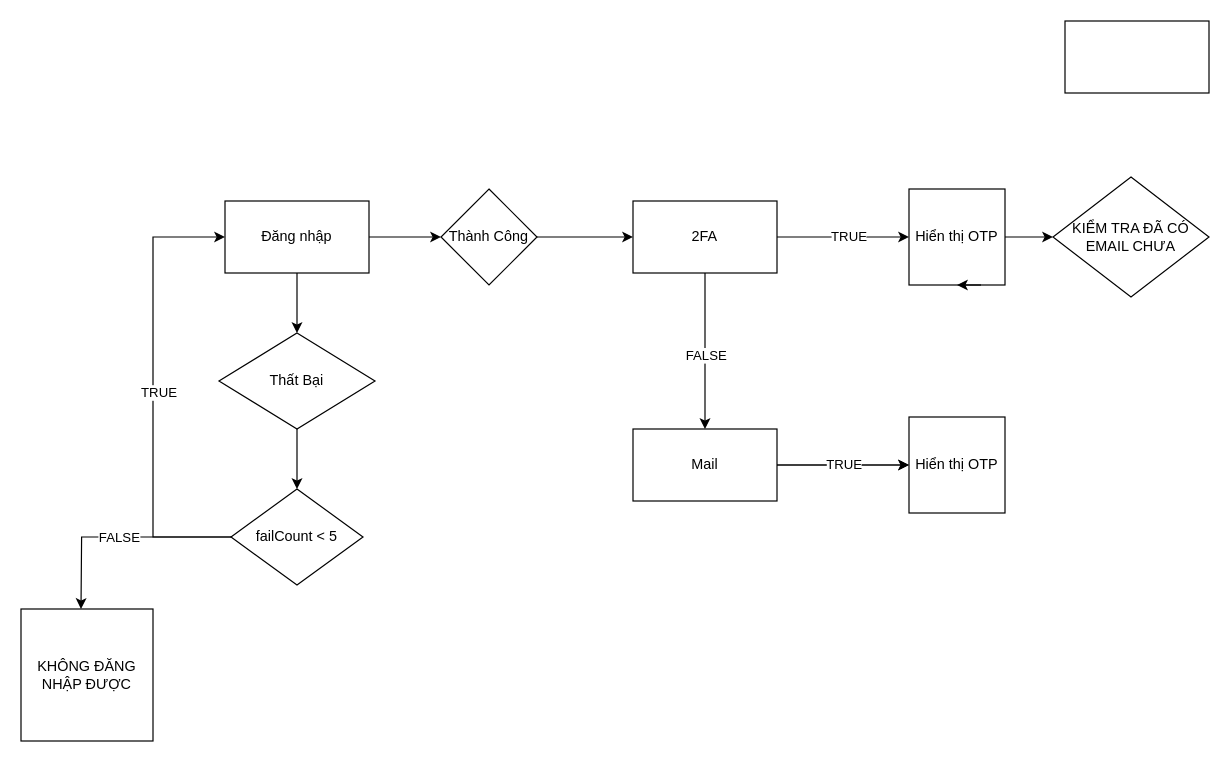
This is Untitled Diagram.drawio from tamdt5/mindmap, a draw.io file, before an edit. Source tidied: cells renumbered, new cells numbered last; positions are measured from the earlier drawing's top-left corner, leaving out a move shared by most shapes. Both pictures are drawn from the tidied source at 120%, with x=0, y=0 at pixel (20, 20).
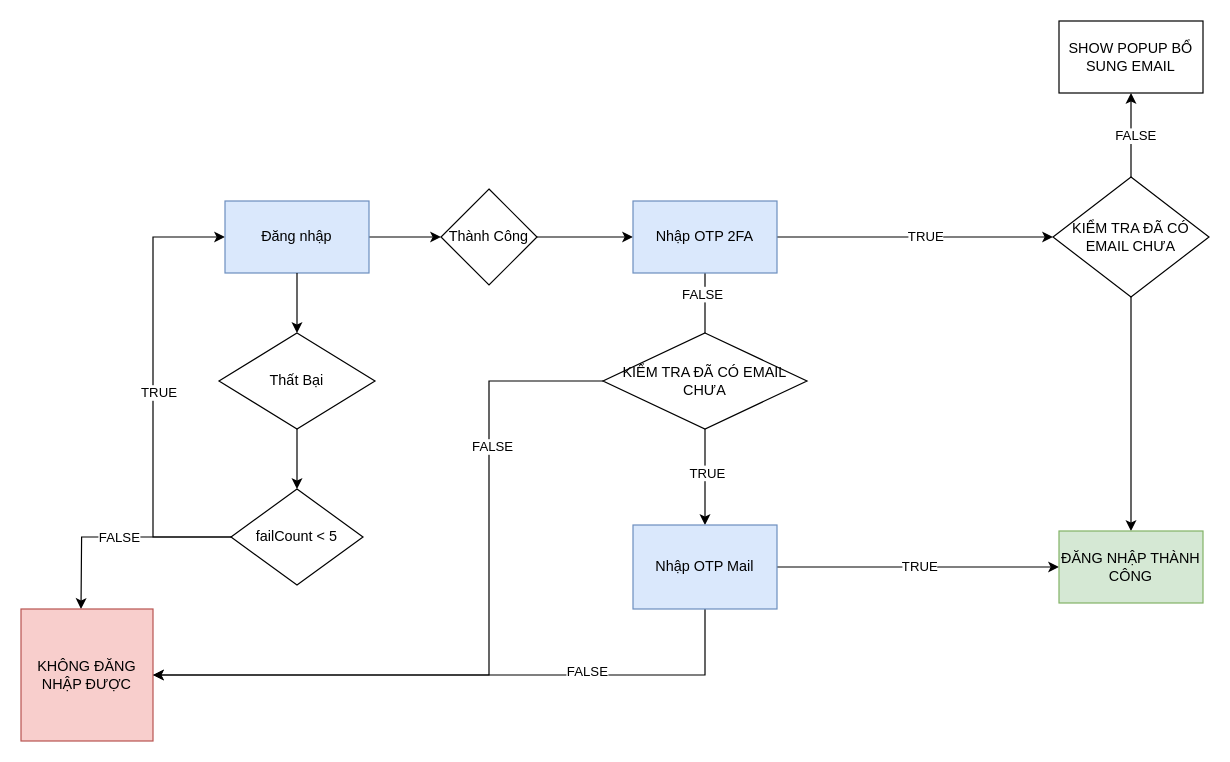
Above is the later version.

The change refers to these unchanged cells:
```xml
<mxCell id="17" style="edgeStyle=orthogonalEdgeStyle;rounded=0;jettySize=auto;html=1;entryX=0.5;entryY=0;entryDx=0;entryDy=0;" parent="1" edge="1" source="19" target="25">
  <mxGeometry relative="1" as="geometry" />
</mxCell>
<mxCell id="28" value="KIỂM TRA ĐÃ CÓ EMAIL CHƯA" style="rhombus;whiteSpace=wrap;html=1;" parent="1" vertex="1">
  <mxGeometry x="860" y="130" width="130" height="100" as="geometry" />
</mxCell>
```

What changed in the source:
```diff
@@
-    <mxCell id="8" value="Đăng nhập" style="rounded=1;whiteSpace=wrap;html=1;arcSize=0;" parent="1" vertex="1">
+    <mxCell id="8" value="Đăng nhập" style="rounded=1;whiteSpace=wrap;html=1;arcSize=0;fillColor=#dae8fc;strokeColor=#6c8ebf;" parent="1" vertex="1">
       <mxGeometry x="170" y="150" width="120" height="60" as="geometry" />
     </mxCell>
@@
-    <mxCell id="12" value="KHÔNG ĐĂNG NHẬP ĐƯỢC" style="whiteSpace=wrap;html=1;" parent="1" vertex="1">
+    <mxCell id="12" value="KHÔNG ĐĂNG NHẬP ĐƯỢC" style="whiteSpace=wrap;html=1;fillColor=#f8cecc;strokeColor=#b85450;" parent="1" vertex="1">
       <mxGeometry y="490" width="110" height="110" as="geometry" />
     </mxCell>
@@
-    <mxCell id="15" style="edgeStyle=orthogonalEdgeStyle;rounded=0;jettySize=auto;html=1;entryX=0;entryY=0.5;entryDx=0;entryDy=0;" parent="1" edge="1" source="19" target="21">
+    <mxCell id="15" style="edgeStyle=orthogonalEdgeStyle;rounded=0;jettySize=auto;html=1;entryX=0;entryY=0.5;entryDx=0;entryDy=0;" parent="1" edge="1" source="19" target="28">
       <mxGeometry relative="1" as="geometry" />
     </mxCell>
@@
-    <mxCell id="18" value="FALSE" style="edgeLabel;html=1;align=center;verticalAlign=middle;" parent="17" vertex="1">
-      <mxGeometry x="0.05" relative="1" as="geometry" />
-    </mxCell>
+    <mxCell id="30" value="TRUE" style="edgeLabel;html=1;align=center;verticalAlign=middle;" parent="17" vertex="1">
+      <mxGeometry x="0.58" y="1" relative="1" as="geometry" />
+    </mxCell>
+    <mxCell id="31" value="FALSE" style="edgeLabel;html=1;align=center;verticalAlign=middle;" parent="17" vertex="1">
+      <mxGeometry x="-0.84" y="-3" relative="1" as="geometry" />
+    </mxCell>
-    <mxCell id="19" value="2FA" style="rounded=0;whiteSpace=wrap;html=1;" parent="1" vertex="1">
+    <mxCell id="19" value="Nhập OTP 2FA" style="rounded=0;whiteSpace=wrap;html=1;fillColor=#dae8fc;strokeColor=#6c8ebf;" parent="1" vertex="1">
       <mxGeometry x="510" y="150" width="120" height="60" as="geometry" />
     </mxCell>
-    <mxCell id="20" style="edgeStyle=orthogonalEdgeStyle;rounded=0;jettySize=auto;html=1;entryX=0;entryY=0.5;entryDx=0;entryDy=0;" parent="1" edge="1" source="21" target="28">
-      <mxGeometry relative="1" as="geometry" />
-    </mxCell>
-    <mxCell id="21" value="Hiển thị OTP" style="whiteSpace=wrap;html=1;" parent="1" vertex="1">
-      <mxGeometry x="740" y="140" width="80" height="80" as="geometry" />
-    </mxCell>
-    <mxCell id="22" style="edgeStyle=orthogonalEdgeStyle;rounded=0;jettySize=auto;html=1;entryX=0;entryY=0.5;entryDx=0;entryDy=0;" parent="1" edge="1" source="25" target="26">
-      <mxGeometry relative="1" as="geometry" />
-    </mxCell>
-    <mxCell id="23" style="edgeStyle=orthogonalEdgeStyle;rounded=0;jettySize=auto;html=1;" parent="1" edge="1" source="25" target="26">
+    <mxCell id="23" style="edgeStyle=orthogonalEdgeStyle;rounded=0;jettySize=auto;html=1;entryX=0;entryY=0.5;entryDx=0;entryDy=0;" parent="1" edge="1" source="25" target="40">
       <mxGeometry relative="1" as="geometry" />
     </mxCell>
@@
+    <mxCell id="32" style="edgeStyle=orthogonalEdgeStyle;rounded=0;jettySize=auto;html=1;entryX=1;entryY=0.5;entryDx=0;entryDy=0;" parent="1" edge="1" source="25" target="12">
+      <mxGeometry relative="1" as="geometry">
+        <Array as="points">
+          <mxPoint x="570" y="545" />
+        </Array>
+      </mxGeometry>
+    </mxCell>
+    <mxCell id="33" value="FALSE" style="edgeLabel;html=1;align=center;verticalAlign=middle;" parent="32" vertex="1">
+      <mxGeometry x="-0.72" y="-4" relative="1" as="geometry">
+        <mxPoint x="-82" as="offset" />
+      </mxGeometry>
+    </mxCell>
-    <mxCell id="25" value="Mail" style="rounded=0;whiteSpace=wrap;html=1;" parent="1" vertex="1">
-      <mxGeometry x="510" y="340" width="120" height="60" as="geometry" />
+    <mxCell id="25" value="Nhập OTP Mail" style="rounded=0;whiteSpace=wrap;html=1;fillColor=#dae8fc;strokeColor=#6c8ebf;" parent="1" vertex="1">
+      <mxGeometry x="510" y="420" width="120" height="70" as="geometry" />
     </mxCell>
-    <mxCell id="26" value="Hiển thị OTP" style="whiteSpace=wrap;html=1;" parent="1" vertex="1">
-      <mxGeometry x="740" y="330" width="80" height="80" as="geometry" />
-    </mxCell>
-    <mxCell id="27" style="edgeStyle=orthogonalEdgeStyle;rounded=0;orthogonalLoop=1;jettySize=auto;html=1;exitX=0.75;exitY=1;exitDx=0;exitDy=0;entryX=0.5;entryY=1;entryDx=0;entryDy=0;" parent="1" edge="1" source="21" target="21">
-      <mxGeometry relative="1" as="geometry" />
-    </mxCell>
+    <mxCell id="34" style="edgeStyle=orthogonalEdgeStyle;rounded=0;jettySize=auto;html=1;" parent="1" edge="1" source="28" target="29">
+      <mxGeometry relative="1" as="geometry" />
+    </mxCell>
+    <mxCell id="35" value="FALSE" style="edgeLabel;html=1;align=center;verticalAlign=middle;" parent="34" vertex="1">
+      <mxGeometry y="-2" relative="1" as="geometry">
+        <mxPoint x="1" as="offset" />
+      </mxGeometry>
+    </mxCell>
+    <mxCell id="36" style="edgeStyle=orthogonalEdgeStyle;rounded=0;jettySize=auto;html=1;" parent="1" edge="1" source="28" target="40">
+      <mxGeometry relative="1" as="geometry" />
+    </mxCell>
@@
-    <mxCell id="29" style="rounded=0;whiteSpace=wrap;html=1;" parent="1" vertex="1">
-      <mxGeometry x="870" width="120" height="60" as="geometry" />
+    <mxCell id="29" value="SHOW POPUP BỔ SUNG EMAIL" style="rounded=0;whiteSpace=wrap;html=1;" parent="1" vertex="1">
+      <mxGeometry x="865" width="120" height="60" as="geometry" />
     </mxCell>
+    <mxCell id="37" style="edgeStyle=orthogonalEdgeStyle;rounded=0;jettySize=auto;html=1;entryX=1;entryY=0.5;entryDx=0;entryDy=0;" parent="1" edge="1" source="39" target="12">
+      <mxGeometry relative="1" as="geometry">
+        <Array as="points">
+          <mxPoint x="390" y="300" />
+          <mxPoint x="390" y="545" />
+        </Array>
+      </mxGeometry>
+    </mxCell>
+    <mxCell id="38" value="FALSE" style="edgeLabel;html=1;align=center;verticalAlign=middle;" parent="37" vertex="1">
+      <mxGeometry x="-0.52" y="2" relative="1" as="geometry" />
+    </mxCell>
+    <mxCell id="39" value="KIỂM TRA ĐÃ CÓ EMAIL CHƯA" style="rhombus;whiteSpace=wrap;html=1;" parent="1" vertex="1">
+      <mxGeometry x="485" y="260" width="170" height="80" as="geometry" />
+    </mxCell>
+    <mxCell id="40" value="ĐĂNG NHẬP THÀNH CÔNG" style="rounded=0;whiteSpace=wrap;html=1;fillColor=#d5e8d4;strokeColor=#82b366;" parent="1" vertex="1">
+      <mxGeometry x="865" y="425" width="120" height="60" as="geometry" />
+    </mxCell>
```
